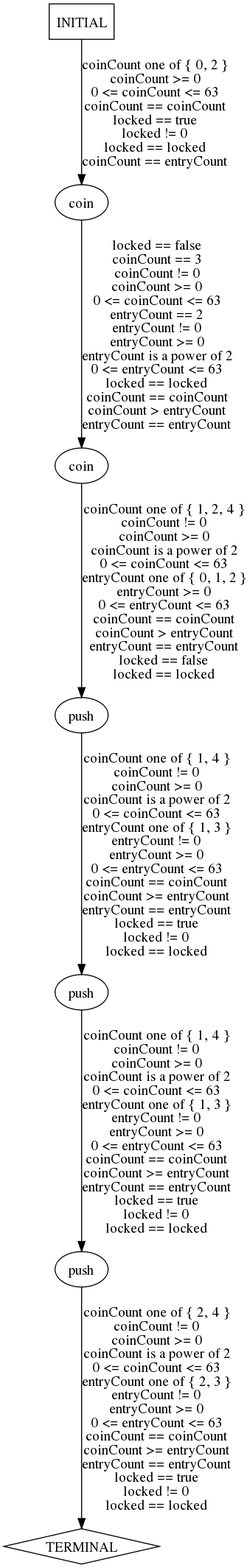
Before: traces/abstract/turnstile-example/predicted-paths/turnstile-example-test10.dot.png, a diagram exported from Graphviz (ModelInference/synoptic). Its source is kept beside it as traces/abstract/turnstile-example/predicted-paths/turnstile-example-test10.dot.
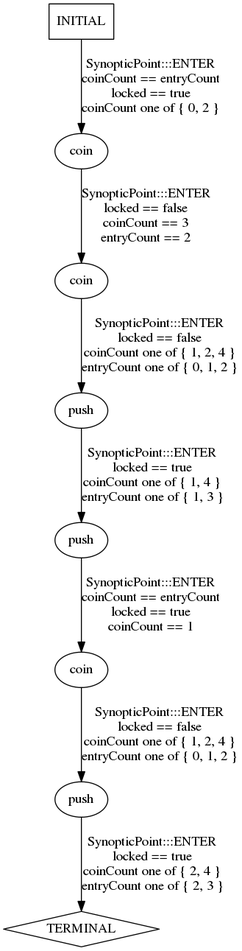
After the change.

Diff of the diagram source:
```diff
@@ -1,15 +1,17 @@
 digraph {
   0 [label="coin"];
   1 [label="coin"];
-  2 [label="push"];
+  2 [label="coin"];
   3 [label="push"];
   4 [label="push"];
-  5 [label="TERMINAL",shape=diamond];
-  6 [label="INITIAL",shape=box];
-0->1 [label="locked == false\ncoinCount == 3\ncoinCount != 0\ncoinCount >= 0\n0 <= coinCount <= 63\nentryCount == 2\nentryCount != 0\nentryCount >= 0\nentryCount is a power of 2\n0 <= entryCount <= 63\nlocked == locked\ncoinCount == coinCount\ncoinCount > entryCount\nentryCount == entryCount",];
-1->2 [label="coinCount one of { 1, 2, 4 }\ncoinCount != 0\ncoinCount >= 0\ncoinCount is a power of 2\n0 <= coinCount <= 63\nentryCount one of { 0, 1, 2 }\nentryCount >= 0\n0 <= entryCount <= 63\ncoinCount == coinCount\ncoinCount > entryCount\nentryCount == entryCount\nlocked == false\nlocked == locked",];
-2->3 [label="coinCount one of { 1, 4 }\ncoinCount != 0\ncoinCount >= 0\ncoinCount is a power of 2\n0 <= coinCount <= 63\nentryCount one of { 1, 3 }\nentryCount != 0\nentryCount >= 0\n0 <= entryCount <= 63\ncoinCount == coinCount\ncoinCount >= entryCount\nentryCount == entryCount\nlocked == true\nlocked != 0\nlocked == locked",];
-3->4 [label="coinCount one of { 1, 4 }\ncoinCount != 0\ncoinCount >= 0\ncoinCount is a power of 2\n0 <= coinCount <= 63\nentryCount one of { 1, 3 }\nentryCount != 0\nentryCount >= 0\n0 <= entryCount <= 63\ncoinCount == coinCount\ncoinCount >= entryCount\nentryCount == entryCount\nlocked == true\nlocked != 0\nlocked == locked",];
-4->5 [label="coinCount one of { 2, 4 }\ncoinCount != 0\ncoinCount >= 0\ncoinCount is a power of 2\n0 <= coinCount <= 63\nentryCount one of { 2, 3 }\nentryCount != 0\nentryCount >= 0\n0 <= entryCount <= 63\ncoinCount == coinCount\ncoinCount >= entryCount\nentryCount == entryCount\nlocked == true\nlocked != 0\nlocked == locked",];
-6->0 [label="coinCount one of { 0, 2 }\ncoinCount >= 0\n0 <= coinCount <= 63\ncoinCount == coinCount\nlocked == true\nlocked != 0\nlocked == locked\ncoinCount == entryCount",];
+  5 [label="push"];
+  6 [label="TERMINAL",shape=diamond];
+  7 [label="INITIAL",shape=box];
+0->1 [label="SynopticPoint:::ENTER\nlocked == false\ncoinCount == 3\nentryCount == 2\n",];
+1->3 [label="SynopticPoint:::ENTER\nlocked == false\ncoinCount one of { 1, 2, 4 }\nentryCount one of { 0, 1, 2 }\n",];
+2->5 [label="SynopticPoint:::ENTER\nlocked == false\ncoinCount one of { 1, 2, 4 }\nentryCount one of { 0, 1, 2 }\n",];
+3->4 [label="SynopticPoint:::ENTER\nlocked == true\ncoinCount one of { 1, 4 }\nentryCount one of { 1, 3 }\n",];
+4->2 [label="SynopticPoint:::ENTER\ncoinCount == entryCount\nlocked == true\ncoinCount == 1\n",];
+5->6 [label="SynopticPoint:::ENTER\nlocked == true\ncoinCount one of { 2, 4 }\nentryCount one of { 2, 3 }\n",];
+7->0 [label="SynopticPoint:::ENTER\ncoinCount == entryCount\nlocked == true\ncoinCount one of { 0, 2 }\n",];
 } // digraph {
```
